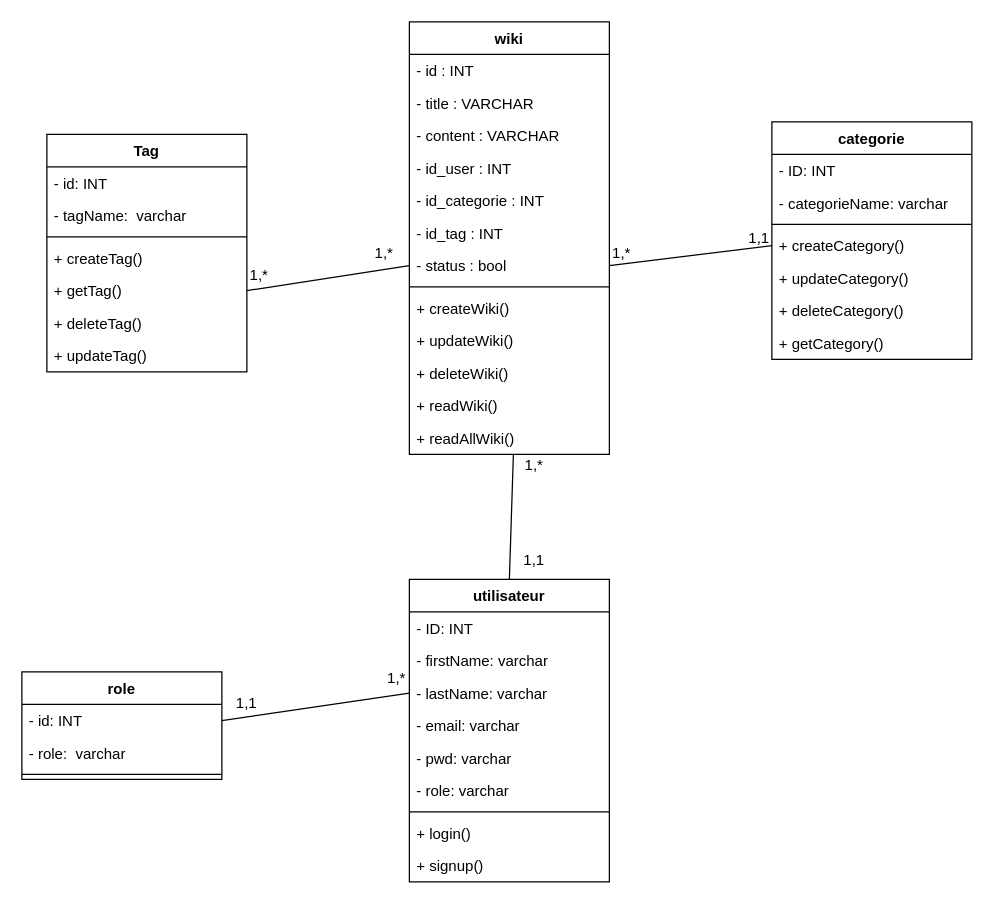
AllaouiJihad/wiki keeps this draw.io diagram as conception/diagramme_classe.drawio. Above is the earlier version. Source tidied: cells renumbered, new cells numbered last; positions are measured from the earlier drawing's top-left corner, leaving out a move shared by most shapes. Both pictures are drawn from the tidied source at 125%, with x=0, y=0 at pixel (21, 21).
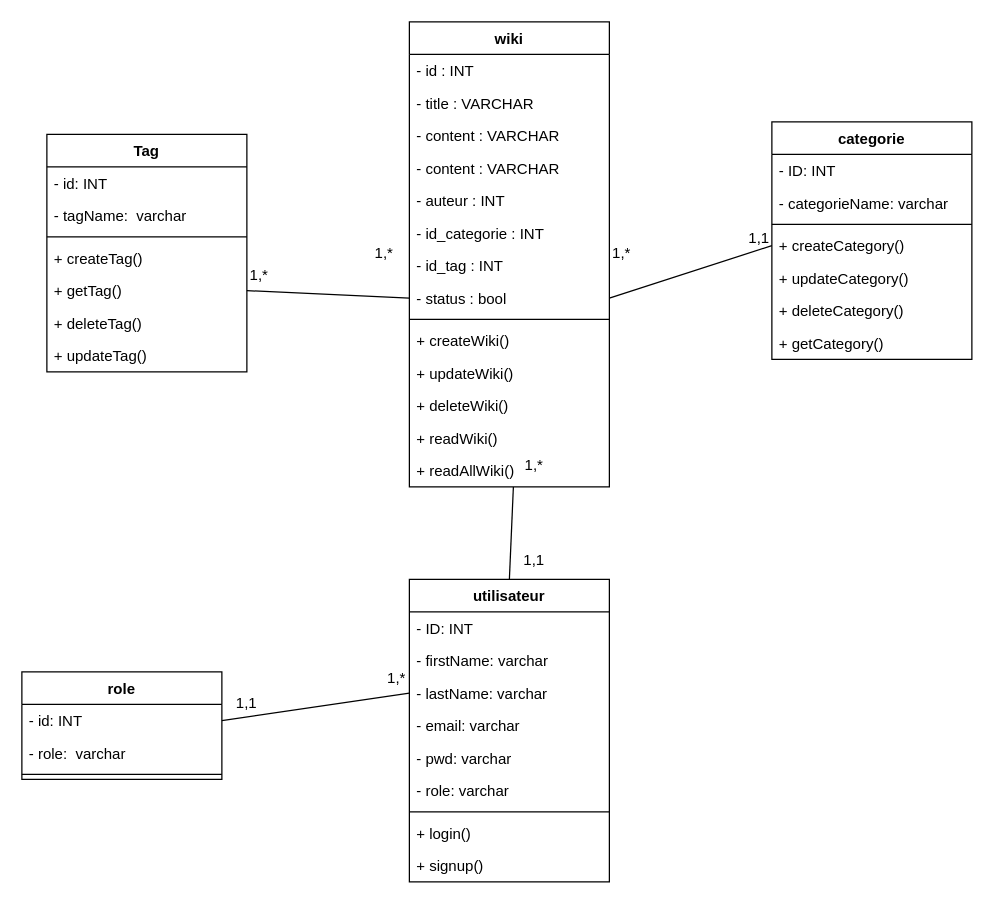
After the change.

Change to the diagram source:
```diff
@@
     <mxCell id="12" value="wiki" style="swimlane;fontStyle=1;align=center;verticalAlign=top;horizontal=1;startSize=26;" parent="1" vertex="1">
-      <mxGeometry x="310" width="160" height="346" as="geometry" />
+      <mxGeometry x="310" width="160" height="372" as="geometry" />
     </mxCell>
@@
+    <mxCell id="58" value="- content : VARCHAR" style="text;strokeColor=none;fillColor=none;align=left;verticalAlign=top;spacingLeft=4;spacingRight=4;overflow=hidden;" parent="12" vertex="1">
+      <mxGeometry y="104" width="160" height="26" as="geometry" />
+    </mxCell>
-    <mxCell id="16" value="- id_user : INT" style="text;strokeColor=none;fillColor=none;align=left;verticalAlign=top;spacingLeft=4;spacingRight=4;overflow=hidden;" parent="12" vertex="1">
-      <mxGeometry y="104" width="160" height="26" as="geometry" />
+    <mxCell id="16" value="- auteur : INT" style="text;strokeColor=none;fillColor=none;align=left;verticalAlign=top;spacingLeft=4;spacingRight=4;overflow=hidden;" parent="12" vertex="1">
+      <mxGeometry y="130" width="160" height="26" as="geometry" />
     </mxCell>
     <mxCell id="17" value="- id_categorie : INT" style="text;strokeColor=none;fillColor=none;align=left;verticalAlign=top;spacingLeft=4;spacingRight=4;overflow=hidden;" parent="12" vertex="1">
-      <mxGeometry y="130" width="160" height="26" as="geometry" />
+      <mxGeometry y="156" width="160" height="26" as="geometry" />
     </mxCell>
     <mxCell id="18" value="- id_tag : INT" style="text;strokeColor=none;fillColor=none;align=left;verticalAlign=top;spacingLeft=4;spacingRight=4;overflow=hidden;" parent="12" vertex="1">
-      <mxGeometry y="156" width="160" height="26" as="geometry" />
+      <mxGeometry y="182" width="160" height="26" as="geometry" />
     </mxCell>
     <mxCell id="19" value="- status : bool" style="text;strokeColor=none;fillColor=none;align=left;verticalAlign=top;spacingLeft=4;spacingRight=4;overflow=hidden;points=[[0,0.5],[1,0.5]];portConstraint=eastwest;" parent="12" vertex="1">
-      <mxGeometry y="182" width="160" height="26" as="geometry" />
+      <mxGeometry y="208" width="160" height="26" as="geometry" />
     </mxCell>
     <mxCell id="20" style="line;strokeWidth=1;fillColor=none;align=left;verticalAlign=middle;spacingTop=-1;spacingLeft=3;spacingRight=3;labelPosition=right;strokeColor=inherit;" parent="12" vertex="1">
-      <mxGeometry y="208" width="160" height="8" as="geometry" />
+      <mxGeometry y="234" width="160" height="8" as="geometry" />
     </mxCell>
     <mxCell id="21" value="+ createWiki()" style="text;strokeColor=none;fillColor=none;align=left;verticalAlign=top;spacingLeft=4;spacingRight=4;overflow=hidden;" parent="12" vertex="1">
-      <mxGeometry y="216" width="160" height="26" as="geometry" />
+      <mxGeometry y="242" width="160" height="26" as="geometry" />
     </mxCell>
     <mxCell id="22" value="+ updateWiki()" style="text;strokeColor=none;fillColor=none;align=left;verticalAlign=top;spacingLeft=4;spacingRight=4;overflow=hidden;" parent="12" vertex="1">
-      <mxGeometry y="242" width="160" height="26" as="geometry" />
+      <mxGeometry y="268" width="160" height="26" as="geometry" />
     </mxCell>
     <mxCell id="23" value="+ deleteWiki()" style="text;strokeColor=none;fillColor=none;align=left;verticalAlign=top;spacingLeft=4;spacingRight=4;overflow=hidden;" parent="12" vertex="1">
-      <mxGeometry y="268" width="160" height="26" as="geometry" />
+      <mxGeometry y="294" width="160" height="26" as="geometry" />
     </mxCell>
     <mxCell id="24" value="+ readWiki()" style="text;strokeColor=none;fillColor=none;align=left;verticalAlign=top;spacingLeft=4;spacingRight=4;overflow=hidden;" parent="12" vertex="1">
-      <mxGeometry y="294" width="160" height="26" as="geometry" />
+      <mxGeometry y="320" width="160" height="26" as="geometry" />
     </mxCell>
     <mxCell id="25" value="+ readAllWiki()" style="text;strokeColor=none;fillColor=none;align=left;verticalAlign=top;spacingLeft=4;spacingRight=4;overflow=hidden;points=[[0,0.5],[1,0.5]];portConstraint=eastwest;" parent="12" vertex="1">
-      <mxGeometry y="320" width="160" height="26" as="geometry" />
+      <mxGeometry y="346" width="160" height="26" as="geometry" />
     </mxCell>
```
